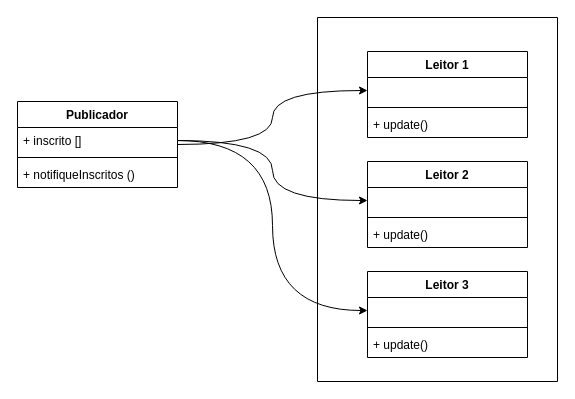
Earlier version of the draw.io diagram padroes/observer/pattern/observerPattern.drawio (LucasACES/bertoti). Source tidied: cells renumbered, new cells numbered last; positions are measured from the earlier drawing's top-left corner, leaving out a move shared by most shapes. Both pictures are drawn from the tidied source at 100%, with x=0, y=0 at pixel (17, 17).
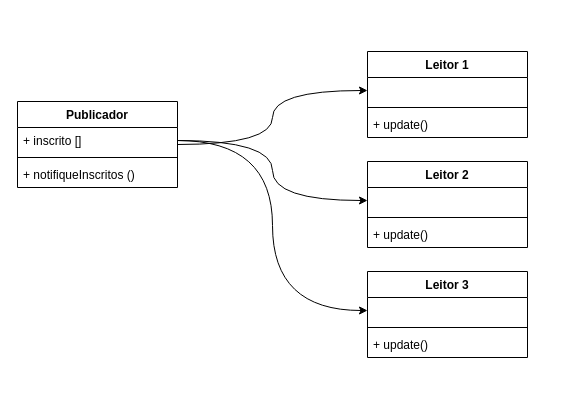
The same diagram, later.

Change to the diagram source:
```diff
@@
-    <mxCell id="21" style="verticalLabelPosition=bottom;verticalAlign=top;html=1;shape=mxgraph.basic.rect;fillColor2=none;strokeWidth=1;size=20;indent=5;fillColor=none;strokeColor=default;shadow=0;" parent="1" vertex="1">
-      <mxGeometry x="300" width="240" height="364" as="geometry" />
-    </mxCell>
```
